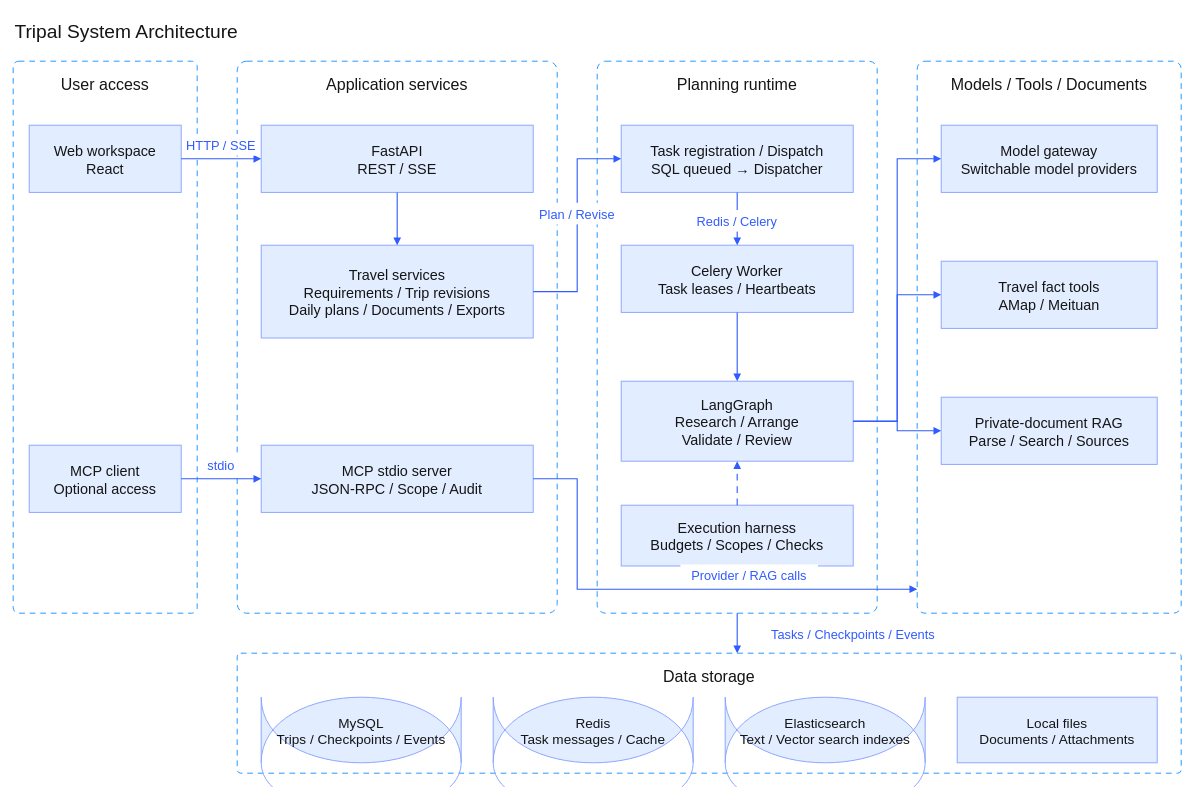
JingleiCui/TripPal keeps this draw.io diagram as docs/assets/architecture/structured/01-overall.en.drawio. Above is the earlier version. Source tidied: cells renumbered, new cells numbered last; positions are measured from the earlier drawing's top-left corner, leaving out a move shared by most shapes. Both pictures are drawn from the tidied source at 80%, with x=0, y=0 at pixel (13, 13).
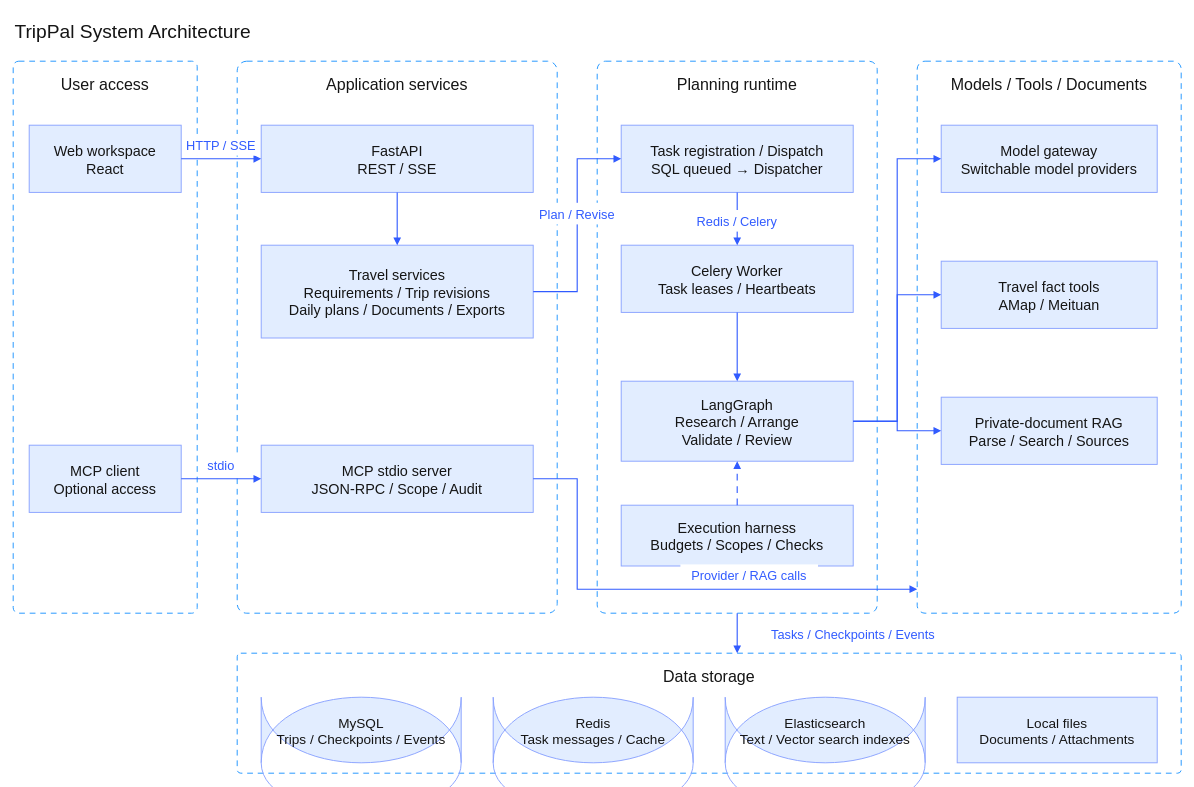
After the change.

Diff of the diagram source:
```diff
@@
-    <mxCell id="2" value="Tripal System Architecture" style="html=0;fontFamily=Arial;fontColor=#151515;strokeWidth=1.2;text;align=left;verticalAlign=middle;fontSize=24;" parent="1" vertex="1">
+    <mxCell id="2" value="TripPal System Architecture" style="html=0;fontFamily=Arial;fontColor=#151515;strokeWidth=1.2;text;align=left;verticalAlign=middle;fontSize=24;" parent="1" vertex="1">
       <mxGeometry width="1460" height="40" as="geometry" />
     </mxCell>
```
